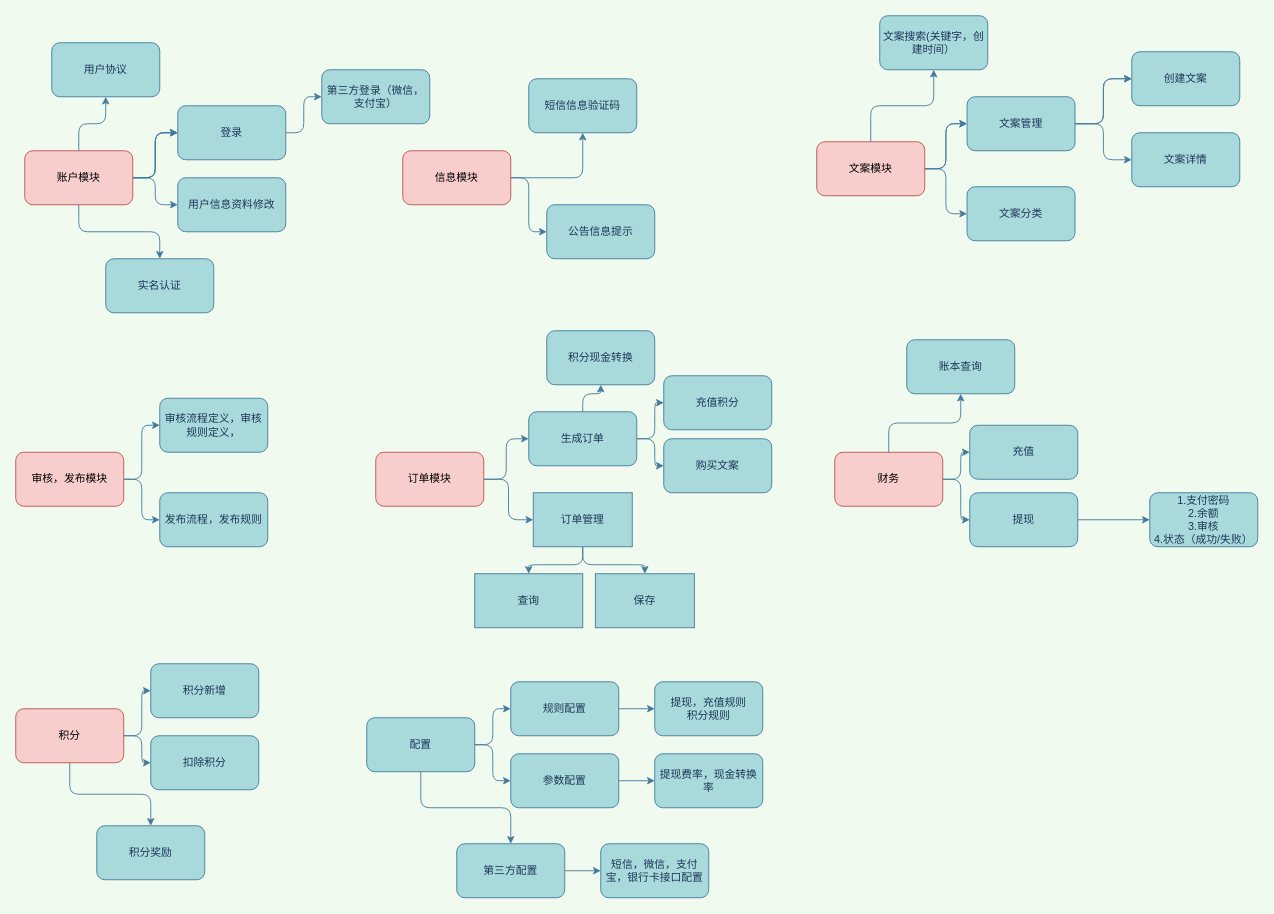
Earlier version of the draw.io diagram Untitled Diagram.drawio (Chenx1anle1/mydraw). Source tidied: cells renumbered, new cells numbered last; positions are measured from the earlier drawing's top-left corner, leaving out a move shared by most shapes. Both pictures are drawn from the tidied source at 90%, with x=0, y=0 at pixel (15, 15).
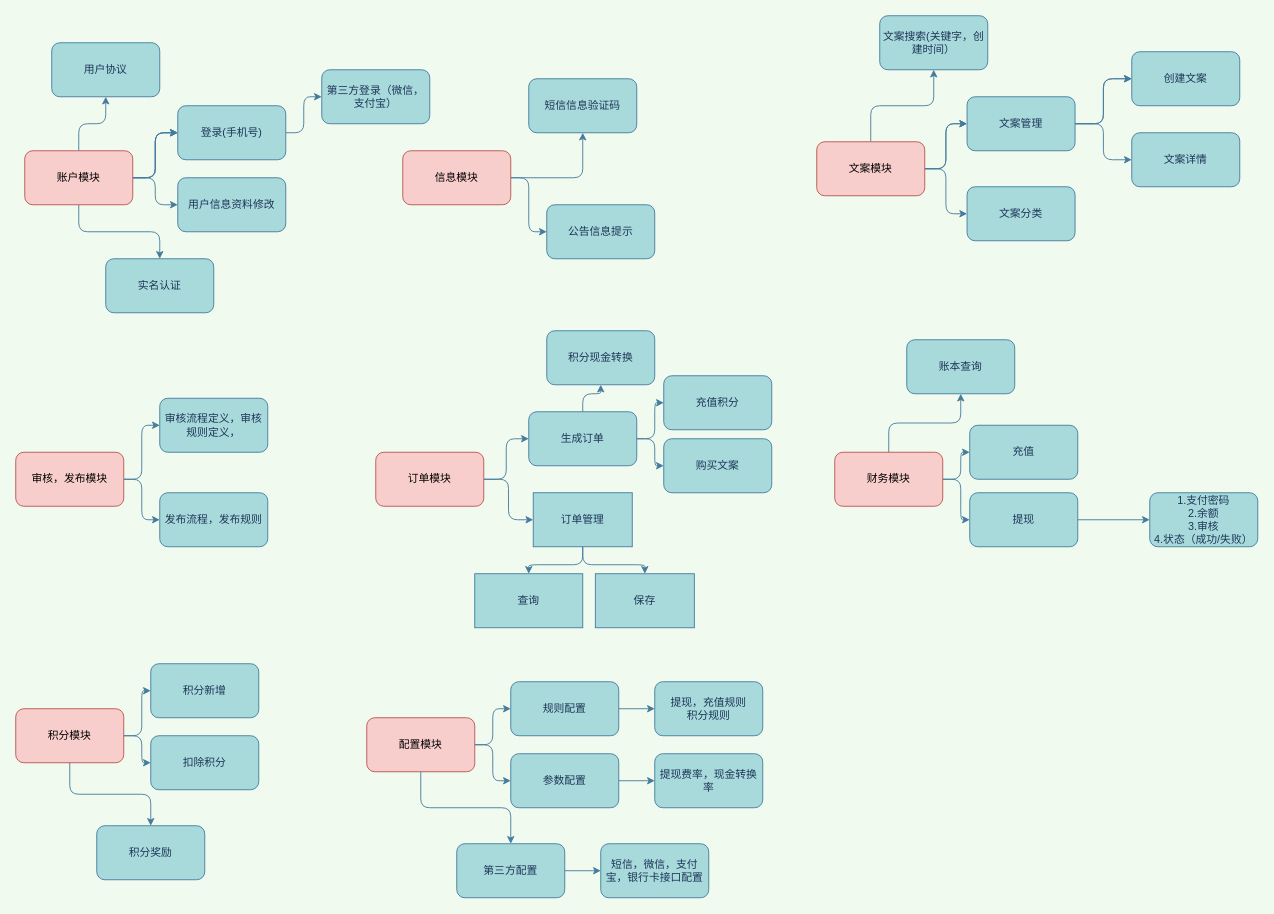
The same page after the edit.

What changed in the source:
```diff
@@
-    <mxCell id="18" value="财务" style="whiteSpace=wrap;html=1;rounded=1;strokeColor=#b85450;fillColor=#f8cecc;sketch=0;" parent="1" vertex="1">
+    <mxCell id="18" value="财务模块" style="whiteSpace=wrap;html=1;rounded=1;strokeColor=#b85450;fillColor=#f8cecc;sketch=0;" parent="1" vertex="1">
       <mxGeometry x="910" y="485" width="120" height="60" as="geometry" />
     </mxCell>
@@
-    <mxCell id="30" value="积分" style="whiteSpace=wrap;html=1;rounded=1;strokeColor=#b85450;fillColor=#f8cecc;sketch=0;" parent="1" vertex="1">
+    <mxCell id="30" value="积分模块" style="whiteSpace=wrap;html=1;rounded=1;strokeColor=#b85450;fillColor=#f8cecc;sketch=0;" parent="1" vertex="1">
       <mxGeometry y="770" width="120" height="60" as="geometry" />
     </mxCell>
@@
-    <mxCell id="34" value="登录" style="whiteSpace=wrap;html=1;rounded=1;fontColor=#1D3557;strokeColor=#457B9D;fillColor=#A8DADC;sketch=0;" parent="1" vertex="1">
+    <mxCell id="34" value="登录(手机号)" style="whiteSpace=wrap;html=1;rounded=1;fontColor=#1D3557;strokeColor=#457B9D;fillColor=#A8DADC;sketch=0;" parent="1" vertex="1">
       <mxGeometry x="180" y="100" width="120" height="60" as="geometry" />
     </mxCell>
@@
-    <mxCell id="72" value="配置" style="rounded=1;whiteSpace=wrap;html=1;sketch=0;strokeColor=#457B9D;fillColor=#A8DADC;fontColor=#1D3557;" parent="1" vertex="1">
+    <mxCell id="72" value="配置模块" style="rounded=1;whiteSpace=wrap;html=1;sketch=0;strokeColor=#b85450;fillColor=#f8cecc;" parent="1" vertex="1">
       <mxGeometry x="390" y="780" width="120" height="60" as="geometry" />
     </mxCell>
```
